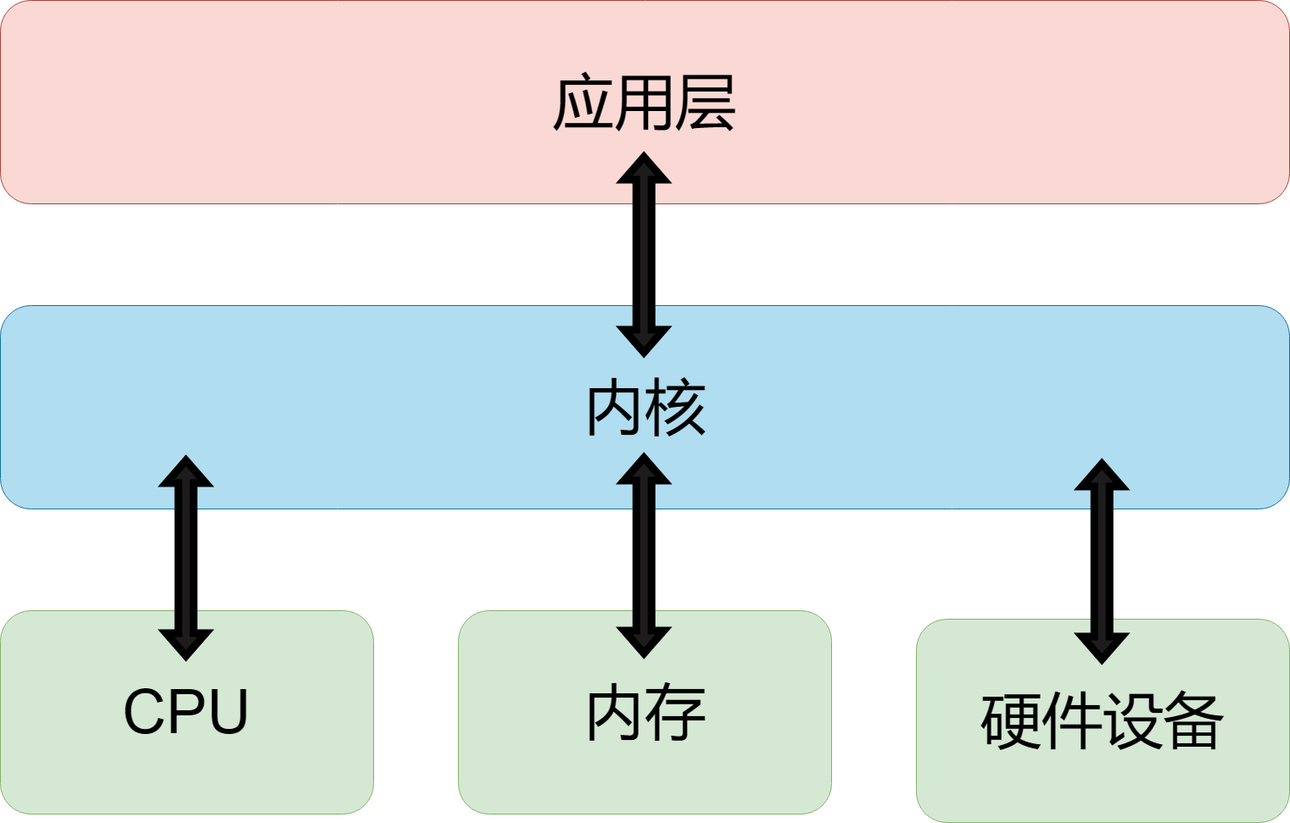
Above: OS/小林coding总结/image/OS结构.png in JYLiang22/cs_basic (draw.io), before the change. Source tidied: cells renumbered, new cells last; positions are measured from the earlier drawing's top-left corner, leaving out a move shared by most shapes. Source of this version:
```xml
<mxGraphModel>
  <root>
    <mxCell id="0" />
    <mxCell id="1" parent="0" />
    <mxCell id="2" value="&lt;font style=&quot;font-size: 72px;&quot;&gt;应用层&lt;/font&gt;" style="rounded=1;whiteSpace=wrap;html=1;fillColor=#fad9d5;strokeColor=#ae4132;" parent="1" vertex="1">
      <mxGeometry width="1520" height="240" as="geometry" />
    </mxCell>
    <mxCell id="3" value="&lt;span style=&quot;font-size: 72px;&quot;&gt;内核&lt;/span&gt;" style="rounded=1;whiteSpace=wrap;html=1;fillColor=#b1ddf0;strokeColor=#10739e;" parent="1" vertex="1">
      <mxGeometry y="360" width="1520" height="240" as="geometry" />
    </mxCell>
    <mxCell id="4" value="&lt;span style=&quot;font-size: 72px;&quot;&gt;CPU&lt;/span&gt;" style="rounded=1;whiteSpace=wrap;html=1;fillColor=#d5e8d4;strokeColor=#82b366;" parent="1" vertex="1">
      <mxGeometry y="720" width="440" height="240" as="geometry" />
    </mxCell>
    <mxCell id="5" value="&lt;span style=&quot;font-size: 72px;&quot;&gt;硬件设备&lt;/span&gt;" style="rounded=1;whiteSpace=wrap;html=1;fillColor=#d5e8d4;strokeColor=#82b366;" parent="1" vertex="1">
      <mxGeometry x="1080" y="730" width="440" height="240" as="geometry" />
    </mxCell>
    <mxCell id="6" value="&lt;span style=&quot;font-size: 72px;&quot;&gt;内存&lt;/span&gt;" style="rounded=1;whiteSpace=wrap;html=1;fillColor=#d5e8d4;strokeColor=#82b366;" parent="1" vertex="1">
      <mxGeometry x="540" y="720" width="440" height="240" as="geometry" />
    </mxCell>
    <mxCell id="7" style="shape=flexArrow;endArrow=classic;startArrow=classic;html=1;rounded=0;fillColor=#1d1b1b;strokeWidth=9;" parent="1" edge="1">
      <mxGeometry relative="1" as="geometry">
        <mxPoint x="758.8" y="420" as="sourcePoint" />
        <mxPoint x="758.8" y="180" as="targetPoint" />
      </mxGeometry>
    </mxCell>
    <mxCell id="8" style="shape=flexArrow;endArrow=classic;startArrow=classic;html=1;rounded=0;fillColor=#1d1b1b;strokeWidth=9;" parent="1" edge="1">
      <mxGeometry relative="1" as="geometry">
        <mxPoint x="758.8" y="775" as="sourcePoint" />
        <mxPoint x="758.8" y="535" as="targetPoint" />
      </mxGeometry>
    </mxCell>
    <mxCell id="9" style="shape=flexArrow;endArrow=classic;startArrow=classic;html=1;rounded=0;fillColor=#1d1b1b;strokeWidth=9;" parent="1" edge="1">
      <mxGeometry relative="1" as="geometry">
        <mxPoint x="1298.8" y="782" as="sourcePoint" />
        <mxPoint x="1298.8" y="542" as="targetPoint" />
      </mxGeometry>
    </mxCell>
    <mxCell id="10" style="shape=flexArrow;endArrow=classic;startArrow=classic;html=1;rounded=0;fillColor=#1d1b1b;strokeWidth=9;" parent="1" edge="1">
      <mxGeometry relative="1" as="geometry">
        <mxPoint x="218.8" y="778" as="sourcePoint" />
        <mxPoint x="218.8" y="538" as="targetPoint" />
      </mxGeometry>
    </mxCell>
  </root>
</mxGraphModel>
```
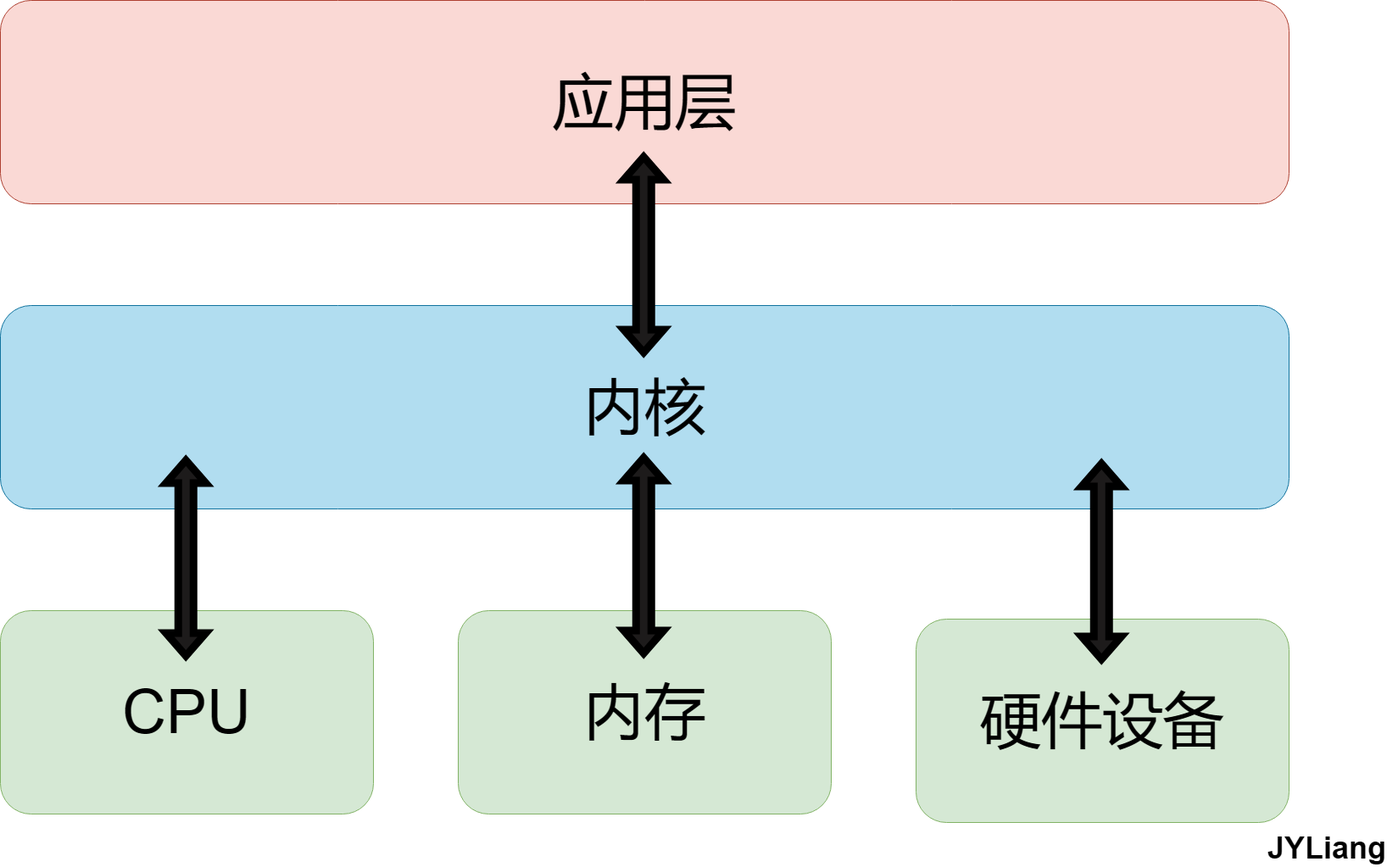
Above is the later version.

Commit message:
更新OS结构图

Diff of the diagram source:
```diff
@@ -1,4 +1,4 @@
-<mxGraphModel>
+<mxGraphModel background="#ffffff">
   <root>
     <mxCell id="0" />
     <mxCell id="1" parent="0" />
@@ -41,5 +41,8 @@
         <mxPoint x="218.8" y="538" as="targetPoint" />
       </mxGeometry>
     </mxCell>
+    <mxCell id="11" value="&lt;font style=&quot;font-size: 36px;&quot;&gt;&lt;b&gt;JYLiang&lt;/b&gt;&lt;/font&gt;" style="text;html=1;align=center;verticalAlign=middle;whiteSpace=wrap;rounded=0;" parent="1" vertex="1">
+      <mxGeometry x="1500" y="980" width="130" height="40" as="geometry" />
+    </mxCell>
   </root>
 </mxGraphModel>
```
